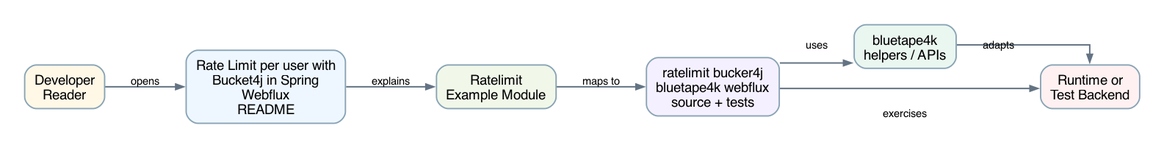
This is docs/images/readme-diagrams/ratelimit-bucker4j-bluetape4k-webflux-readme-architecture-01.png from bluetape4k/bluetape4k-workshop, a Graphviz export, as it was before one commit. Its source is kept beside it as docs/images/readme-diagrams/ratelimit-bucker4j-bluetape4k-webflux-readme-architecture-01.dot.
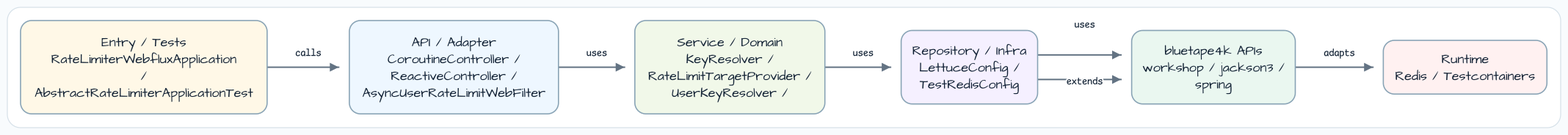
After the change.

Diff of the diagram source:
```diff
@@ -14,7 +14,7 @@
     penwidth=1.4,
     color="#88A3B5",
     fillcolor="#F6FAFF",
-    fontname="Helvetica",
+    fontname="Architects Daughter",
     fontsize=14,
     margin="0.14,0.10"
   ];
@@ -22,21 +22,21 @@
     color="#637383",
     arrowsize=0.8,
     penwidth=1.5,
-    fontname="Helvetica",
+    fontname="Comic Mono",
     fontsize=11
   ];
 
-  reader [label="Developer\nReader", fillcolor="#FFF8E7"];
-  readme [label="Rate Limit per user with\nBucket4j in Spring\nWebflux\nREADME", fillcolor="#EEF7FF"];
-  module [label="Ratelimit\nExample Module", fillcolor="#F1F8E9"];
-  source [label="ratelimit bucker4j\nbluetape4k webflux\nsource + tests", fillcolor="#F5F0FF"];
-  bt [label="bluetape4k\nhelpers / APIs", fillcolor="#EAF7F0"];
-  runtime [label="Runtime or\nTest Backend", fillcolor="#FFF1F1"];
+  entry [label="Entry / Tests\nRateLimiterWebfluxApplication\n/\nAbstractRateLimiterApplicationTest", fillcolor="#FFF8E7"];
+  api [label="API / Adapter\nCoroutineController /\nReactiveController /\nAsyncUserRateLimitWebFilter", fillcolor="#EEF7FF"];
+  service [label="Service / Domain\nKeyResolver /\nRateLimitTargetProvider /\nUserKeyResolver /", fillcolor="#F1F8E9"];
+  infra [label="Repository / Infra\nLettuceConfig /\nTestRedisConfig", fillcolor="#F5F0FF"];
+  bt [label="bluetape4k APIs\nworkshop / jackson3 /\nspring", fillcolor="#EAF7F0"];
+  runtime [label="Runtime\nRedis / Testcontainers", fillcolor="#FFF1F1"];
 
-  reader -> readme [label="opens"];
-  readme -> module [label="explains"];
-  module -> source [label="maps to"];
-  source -> bt [label="uses"];
-  source -> runtime [label="exercises"];
+  entry -> api [label="calls"];
+  api -> service [label="uses"];
+  service -> infra [label="uses"];
+  infra -> bt [label="uses"];
+  infra -> bt [label="extends"];
   bt -> runtime [label="adapts"];
 }
```
